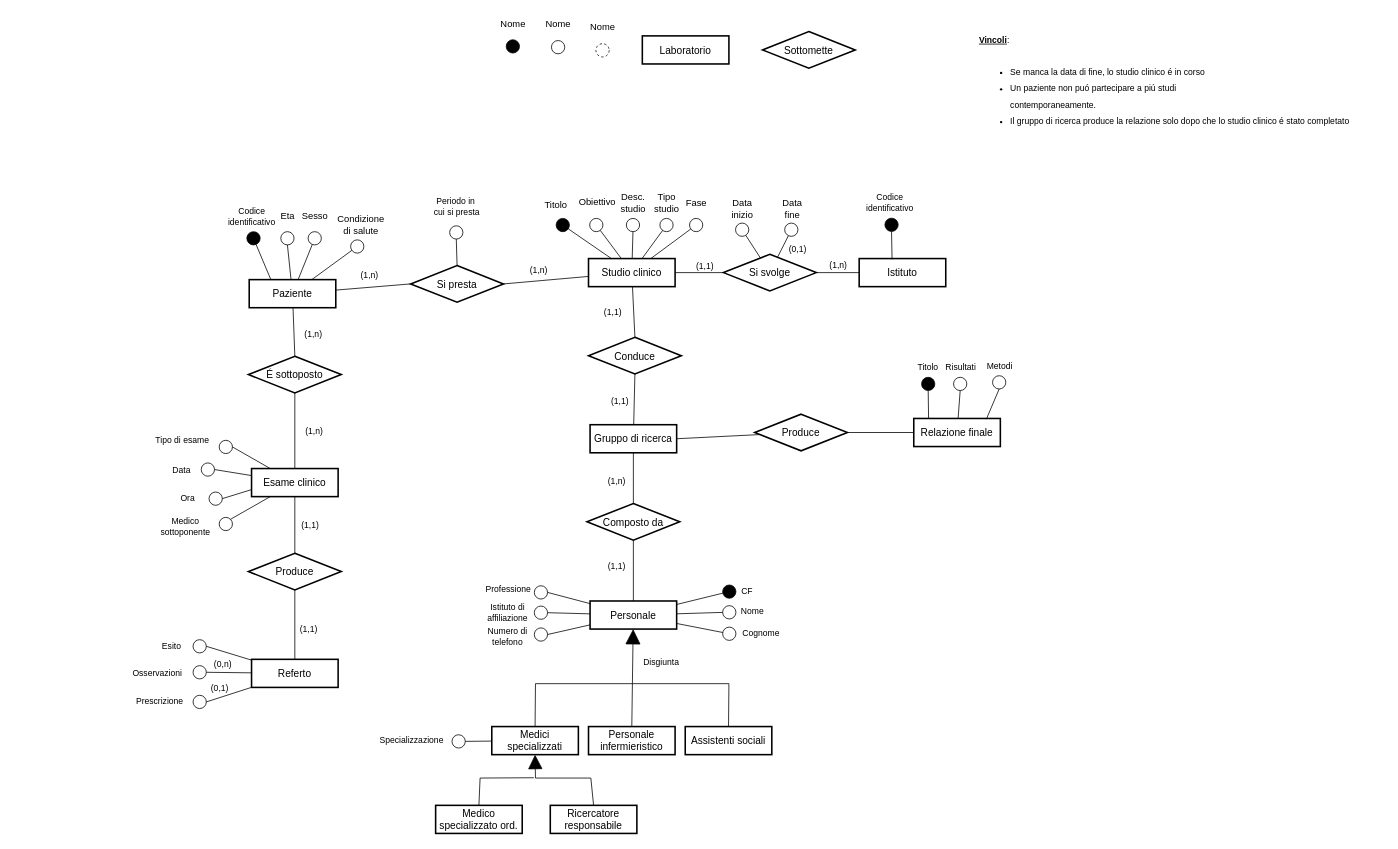
Before: Database-and-Laboratory/ER/esame_16_07_2018.drawio in 6eero/Bachelor, a draw.io diagram. Source tidied: cells renumbered, new cells numbered last; positions are measured from the earlier drawing's top-left corner, leaving out a move shared by most shapes. Both pictures are drawn from the tidied source at 78%, with x=0, y=0 at pixel (123, 13).
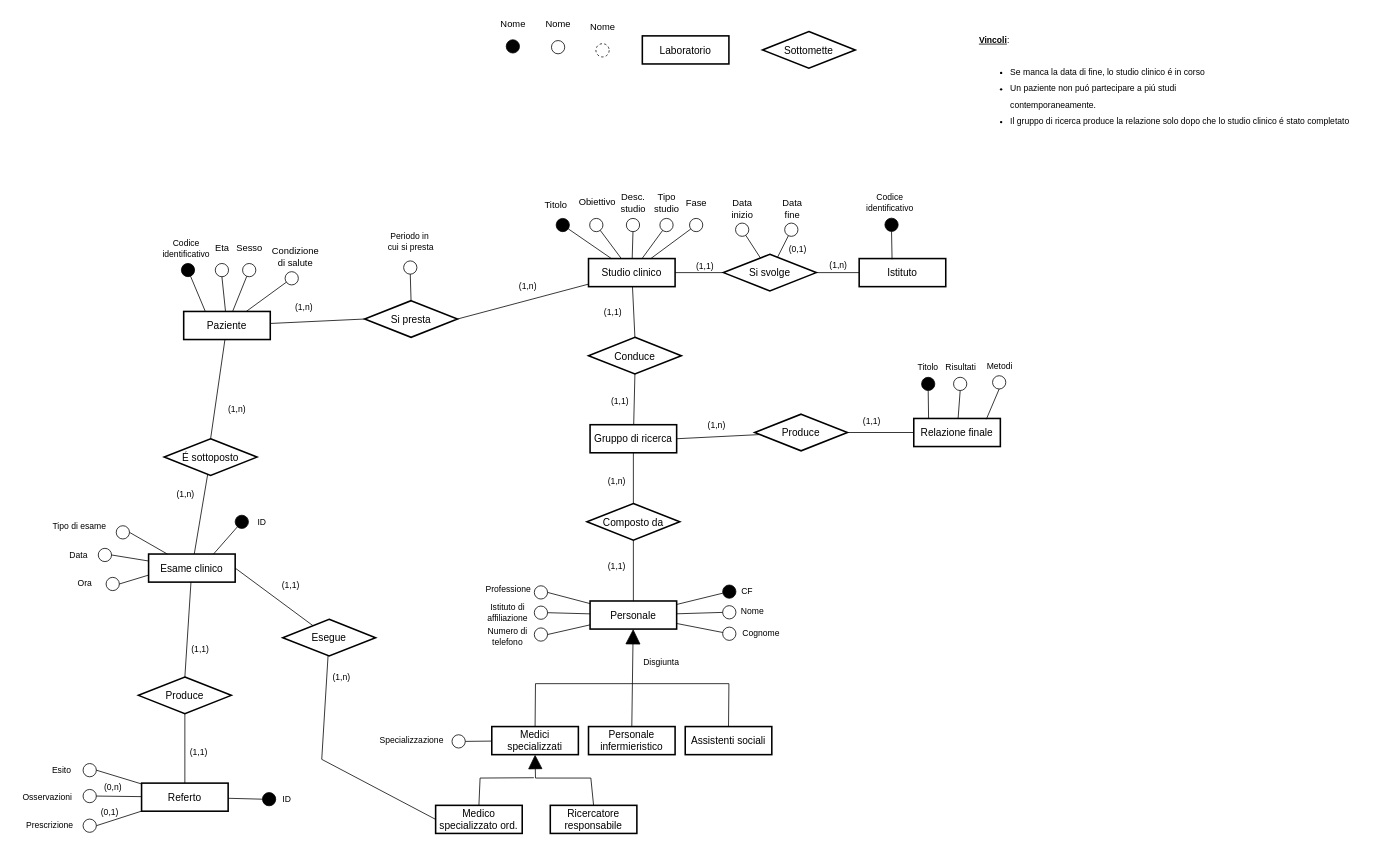
The same page after the edit.

Unchanged cells that the change refers to:
```xml
<mxCell id="94" value="Medico specializzato ord." style="strokeWidth=2;whiteSpace=wrap;html=1;align=center;fontSize=13;fontFamily=Helvetica;rounded=0;" parent="1" vertex="1">
  <mxGeometry x="400" y="1015" width="111" height="36" as="geometry" />
</mxCell>
```

What changed in the source:
```diff
@@
+    <mxCell id="173" style="edgeStyle=none;rounded=0;jettySize=auto;html=1;exitX=0;exitY=0.5;exitDx=0;exitDy=0;strokeColor=default;align=center;verticalAlign=middle;fontFamily=Helvetica;fontSize=11;fontColor=default;labelBackgroundColor=default;endArrow=none;endFill=0;" parent="1" edge="1" source="94" target="176">
+      <mxGeometry relative="1" as="geometry">
+        <Array as="points">
+          <mxPoint x="254" y="956" />
+        </Array>
+      </mxGeometry>
+    </mxCell>
@@
     <mxCell id="95" value="Paziente" style="strokeWidth=2;whiteSpace=wrap;html=1;align=center;fontSize=13;fontFamily=Helvetica;rounded=0;" parent="1" vertex="1">
-      <mxGeometry x="161" y="341" width="111" height="36" as="geometry" />
+      <mxGeometry x="77" y="381.8" width="111" height="36" as="geometry" />
     </mxCell>
@@
     <mxCell id="98" value="Si presta" style="shape=rhombus;strokeWidth=2;fontSize=13;perimeter=rhombusPerimeter;whiteSpace=wrap;html=1;align=center;rounded=0;" parent="1" vertex="1">
-      <mxGeometry x="368" y="323" width="119" height="47" as="geometry" />
+      <mxGeometry x="309" y="368" width="119" height="47" as="geometry" />
     </mxCell>
     <mxCell id="99" value="(1,n)" style="text;html=1;align=center;verticalAlign=middle;strokeColor=none;fillColor=none;fontFamily=Helvetica;fontSize=11;fontColor=default;labelBackgroundColor=default;" parent="1" vertex="1">
-      <mxGeometry x="294" y="323" width="41" height="25" as="geometry" />
+      <mxGeometry x="210" y="363.8" width="41" height="25" as="geometry" />
     </mxCell>
     <mxCell id="100" value="(1,n)" style="text;html=1;align=center;verticalAlign=middle;strokeColor=none;fillColor=none;fontFamily=Helvetica;fontSize=11;fontColor=default;labelBackgroundColor=default;" parent="1" vertex="1">
-      <mxGeometry x="511" y="316" width="41" height="25" as="geometry" />
+      <mxGeometry x="497" y="337.2" width="41" height="25" as="geometry" />
     </mxCell>
@@
     <mxCell id="102" style="ellipse;whiteSpace=wrap;html=1;fontSize=10;fontColor=default;fontStyle=0;fillColor=none;rounded=0;strokeColor=default;" parent="1" vertex="1">
-      <mxGeometry x="418" y="272" width="17" height="17" as="geometry" />
+      <mxGeometry x="359" y="317" width="17" height="17" as="geometry" />
     </mxCell>
     <mxCell id="103" value="&lt;div&gt;Periodo in&amp;nbsp;&lt;/div&gt;&lt;div&gt;cui si presta&lt;/div&gt;" style="text;html=1;align=center;verticalAlign=middle;strokeColor=none;fillColor=none;fontFamily=Helvetica;fontSize=11;fontColor=default;labelBackgroundColor=default;" parent="1" vertex="1">
-      <mxGeometry x="388" y="229" width="77" height="38" as="geometry" />
+      <mxGeometry x="329" y="274" width="77" height="38" as="geometry" />
     </mxCell>
@@
     <mxCell id="105" style="ellipse;whiteSpace=wrap;html=1;fontSize=10;fontColor=default;fontStyle=0;fillColor=#000000;rounded=0;strokeColor=default;fillStyle=solid;" parent="1" vertex="1">
-      <mxGeometry x="158" y="279.5" width="17" height="17" as="geometry" />
+      <mxGeometry x="74" y="320.2" width="17" height="17" as="geometry" />
     </mxCell>
     <mxCell id="106" value="&lt;div&gt;Codice&lt;/div&gt;&lt;div&gt;identificativo&lt;/div&gt;" style="text;html=1;align=center;verticalAlign=middle;strokeColor=none;fillColor=none;fontFamily=Helvetica;fontSize=11;fontColor=default;labelBackgroundColor=default;" parent="1" vertex="1">
-      <mxGeometry x="125" y="241.2" width="78" height="38" as="geometry" />
+      <mxGeometry x="41" y="282" width="78" height="38" as="geometry" />
     </mxCell>
     <mxCell id="107" style="group;" parent="1" vertex="1">
-      <mxGeometry x="185" y="246" width="51" height="50.5" as="geometry" />
+      <mxGeometry x="101" y="286.8" width="51" height="50.5" as="geometry" />
     </mxCell>
@@
     <mxCell id="110" style="group;" parent="1" vertex="1">
-      <mxGeometry x="220" y="246" width="52" height="50.5" as="geometry" />
+      <mxGeometry x="136" y="286.8" width="52" height="50.5" as="geometry" />
     </mxCell>
@@
     <mxCell id="115" style="group;" parent="1" vertex="1">
-      <mxGeometry x="279" y="256.5" width="65" height="50.5" as="geometry" />
+      <mxGeometry x="195" y="297.2" width="65" height="50.5" as="geometry" />
     </mxCell>
@@
     <mxCell id="118" style="ellipse;whiteSpace=wrap;html=1;fontSize=10;fontColor=default;fontStyle=0;fillColor=none;rounded=0;strokeColor=default;" parent="1" vertex="1">
-      <mxGeometry x="291" y="290" width="17" height="17" as="geometry" />
+      <mxGeometry x="207" y="330.8" width="17" height="17" as="geometry" />
     </mxCell>
@@
-    <mxCell id="120" style="edgeStyle=none;rounded=0;jettySize=auto;html=1;exitX=0.5;exitY=1;exitDx=0;exitDy=0;strokeColor=default;align=center;verticalAlign=middle;fontFamily=Helvetica;fontSize=11;fontColor=default;labelBackgroundColor=default;endArrow=none;endFill=0;" parent="1" edge="1" source="122" target="121">
+    <mxCell id="120" style="edgeStyle=none;rounded=0;jettySize=auto;html=1;strokeColor=default;align=center;verticalAlign=middle;fontFamily=Helvetica;fontSize=11;fontColor=default;labelBackgroundColor=default;endArrow=none;endFill=0;" parent="1" edge="1" source="122" target="121">
       <mxGeometry relative="1" as="geometry" />
     </mxCell>
+    <mxCell id="174" style="edgeStyle=none;rounded=0;jettySize=auto;html=1;exitX=1;exitY=0.5;exitDx=0;exitDy=0;strokeColor=default;align=center;verticalAlign=middle;fontFamily=Helvetica;fontSize=11;fontColor=default;labelBackgroundColor=default;endArrow=none;endFill=0;" parent="1" edge="1" source="121" target="176">
+      <mxGeometry relative="1" as="geometry" />
+    </mxCell>
+    <mxCell id="175" style="edgeStyle=none;rounded=0;jettySize=auto;html=1;exitX=0.75;exitY=0;exitDx=0;exitDy=0;strokeColor=default;align=center;verticalAlign=middle;fontFamily=Helvetica;fontSize=11;fontColor=default;labelBackgroundColor=default;endArrow=none;endFill=0;" parent="1" edge="1" source="121" target="183">
+      <mxGeometry relative="1" as="geometry" />
+    </mxCell>
     <mxCell id="121" value="Esame clinico" style="strokeWidth=2;whiteSpace=wrap;html=1;align=center;fontSize=13;fontFamily=Helvetica;rounded=0;" parent="1" vertex="1">
-      <mxGeometry x="164" y="583.2" width="111" height="36" as="geometry" />
+      <mxGeometry x="32" y="692.8" width="111" height="36" as="geometry" />
     </mxCell>
     <mxCell id="122" value="É sottoposto" style="shape=rhombus;strokeWidth=2;fontSize=13;perimeter=rhombusPerimeter;whiteSpace=wrap;html=1;align=center;rounded=0;" parent="1" vertex="1">
-      <mxGeometry x="160" y="439.2" width="119" height="47" as="geometry" />
+      <mxGeometry x="52" y="545" width="119" height="47" as="geometry" />
     </mxCell>
     <mxCell id="123" style="group;" parent="1" vertex="1">
-      <mxGeometry x="106" y="513.5" width="51" height="50.5" as="geometry" />
+      <mxGeometry x="-26" y="623" width="51" height="50.5" as="geometry" />
     </mxCell>
@@
     <mxCell id="125" style="group;" parent="1" vertex="1">
-      <mxGeometry x="83" y="542.5" width="51" height="50.5" as="geometry" />
+      <mxGeometry x="-49" y="652" width="51" height="50.5" as="geometry" />
     </mxCell>
@@
     <mxCell id="128" style="group;" parent="1" vertex="1">
-      <mxGeometry x="93" y="579.8" width="51" height="50.5" as="geometry" />
+      <mxGeometry x="-39" y="689.2" width="51" height="50.5" as="geometry" />
     </mxCell>
@@
-    <mxCell id="130" style="group;" parent="1" vertex="1">
-      <mxGeometry x="106" y="601.5" width="51" height="66.8" as="geometry" />
-    </mxCell>
-    <mxCell id="131" style="ellipse;whiteSpace=wrap;html=1;fontSize=10;fontColor=default;fontStyle=0;fillColor=none;rounded=0;strokeColor=default;" parent="130" vertex="1">
-      <mxGeometry x="16.5" y="44.3" width="17" height="17" as="geometry" />
-    </mxCell>
     <mxCell id="132" value="Data" style="text;html=1;align=center;verticalAlign=middle;strokeColor=none;fillColor=none;fontFamily=Helvetica;fontSize=11;fontColor=default;labelBackgroundColor=default;" parent="1" vertex="1">
-      <mxGeometry x="52" y="572.2" width="43" height="25" as="geometry" />
+      <mxGeometry x="-80" y="681.8" width="43" height="25" as="geometry" />
     </mxCell>
     <mxCell id="133" value="Ora" style="text;html=1;align=center;verticalAlign=middle;strokeColor=none;fillColor=none;fontFamily=Helvetica;fontSize=11;fontColor=default;labelBackgroundColor=default;" parent="1" vertex="1">
-      <mxGeometry x="63" y="608.2" width="37" height="25" as="geometry" />
+      <mxGeometry x="-69" y="717.8" width="37" height="25" as="geometry" />
     </mxCell>
-    <mxCell id="134" value="&lt;div&gt;Medico&lt;/div&gt;&lt;div&gt;sottoponente&lt;/div&gt;" style="text;html=1;align=center;verticalAlign=middle;strokeColor=none;fillColor=none;fontFamily=Helvetica;fontSize=11;fontColor=default;labelBackgroundColor=default;" parent="1" vertex="1">
-      <mxGeometry x="36" y="638.8" width="86" height="38" as="geometry" />
-    </mxCell>
-    <mxCell id="135" style="edgeStyle=none;rounded=0;jettySize=auto;html=1;exitX=1;exitY=0;exitDx=0;exitDy=0;strokeColor=default;align=center;verticalAlign=middle;fontFamily=Helvetica;fontSize=11;fontColor=default;labelBackgroundColor=default;endArrow=none;endFill=0;" parent="1" edge="1" source="131" target="121">
-      <mxGeometry relative="1" as="geometry" />
-    </mxCell>
@@
     <mxCell id="140" value="Produce" style="shape=rhombus;strokeWidth=2;fontSize=13;perimeter=rhombusPerimeter;whiteSpace=wrap;html=1;align=center;rounded=0;" parent="1" vertex="1">
-      <mxGeometry x="160" y="691.8" width="119" height="47" as="geometry" />
+      <mxGeometry x="19" y="850.5" width="119" height="47" as="geometry" />
     </mxCell>
@@
     <mxCell id="142" value="Referto" style="strokeWidth=2;whiteSpace=wrap;html=1;align=center;fontSize=13;fontFamily=Helvetica;rounded=0;" parent="1" vertex="1">
-      <mxGeometry x="164" y="827.8" width="111" height="36" as="geometry" />
+      <mxGeometry x="23" y="986.5" width="111" height="36" as="geometry" />
     </mxCell>
     <mxCell id="143" value="(1,n)" style="text;html=1;align=center;verticalAlign=middle;strokeColor=none;fillColor=none;fontFamily=Helvetica;fontSize=11;fontColor=default;labelBackgroundColor=default;" parent="1" vertex="1">
-      <mxGeometry x="221.5" y="398" width="42" height="25" as="geometry" />
+      <mxGeometry x="124" y="494" width="42" height="25" as="geometry" />
     </mxCell>
     <mxCell id="144" value="(1,n)" style="text;html=1;align=center;verticalAlign=middle;strokeColor=none;fillColor=none;fontFamily=Helvetica;fontSize=11;fontColor=default;labelBackgroundColor=default;" parent="1" vertex="1">
-      <mxGeometry x="222.5" y="523" width="42" height="25" as="geometry" />
+      <mxGeometry x="57.5" y="603" width="42" height="25" as="geometry" />
     </mxCell>
     <mxCell id="145" value="(1,1)" style="text;html=1;align=center;verticalAlign=middle;strokeColor=none;fillColor=none;fontFamily=Helvetica;fontSize=11;fontColor=default;labelBackgroundColor=default;" parent="1" vertex="1">
-      <mxGeometry x="218" y="643.2" width="42" height="25" as="geometry" />
+      <mxGeometry x="77" y="802" width="42" height="25" as="geometry" />
     </mxCell>
     <mxCell id="146" value="(1,1)" style="text;html=1;align=center;verticalAlign=middle;strokeColor=none;fillColor=none;fontFamily=Helvetica;fontSize=11;fontColor=default;labelBackgroundColor=default;" parent="1" vertex="1">
-      <mxGeometry x="215.5" y="776" width="42" height="25" as="geometry" />
+      <mxGeometry x="74.5" y="934.8" width="42" height="25" as="geometry" />
     </mxCell>
     <mxCell id="147" value="&lt;div align=&quot;right&quot;&gt;Esito&lt;/div&gt;" style="text;html=1;align=right;verticalAlign=middle;strokeColor=none;fillColor=none;fontFamily=Helvetica;fontSize=11;fontColor=default;labelBackgroundColor=default;" parent="1" vertex="1">
-      <mxGeometry x="31" y="798.6" width="44" height="25" as="geometry" />
+      <mxGeometry x="-110" y="957.4" width="44" height="25" as="geometry" />
     </mxCell>
@@
     <mxCell id="149" style="ellipse;whiteSpace=wrap;html=1;fontSize=10;fontColor=default;fontStyle=0;fillColor=none;rounded=0;strokeColor=default;" parent="1" vertex="1">
-      <mxGeometry x="89" y="802.6" width="17" height="17" as="geometry" />
+      <mxGeometry x="-52" y="961.4" width="17" height="17" as="geometry" />
     </mxCell>
     <mxCell id="150" value="Osservazioni" style="text;html=1;align=center;verticalAlign=middle;strokeColor=none;fillColor=none;fontFamily=Helvetica;fontSize=11;fontColor=default;labelBackgroundColor=default;" parent="1" vertex="1">
-      <mxGeometry y="833.2" width="86" height="25" as="geometry" />
+      <mxGeometry x="-141" y="992" width="86" height="25" as="geometry" />
     </mxCell>
@@
     <mxCell id="152" style="ellipse;whiteSpace=wrap;html=1;fontSize=10;fontColor=default;fontStyle=0;fillColor=none;rounded=0;strokeColor=default;" parent="1" vertex="1">
-      <mxGeometry x="89" y="835.9" width="17" height="17" as="geometry" />
+      <mxGeometry x="-52" y="994.6" width="17" height="17" as="geometry" />
     </mxCell>
     <mxCell id="153" value="Prescrizione" style="text;html=1;align=center;verticalAlign=middle;strokeColor=none;fillColor=none;fontFamily=Helvetica;fontSize=11;fontColor=default;labelBackgroundColor=default;" parent="1" vertex="1">
-      <mxGeometry x="5" y="869.9" width="81" height="25" as="geometry" />
+      <mxGeometry x="-136" y="1028.6" width="81" height="25" as="geometry" />
     </mxCell>
@@
     <mxCell id="155" style="ellipse;whiteSpace=wrap;html=1;fontSize=10;fontColor=default;fontStyle=0;fillColor=none;rounded=0;strokeColor=default;" parent="1" vertex="1">
-      <mxGeometry x="89" y="873.9" width="17" height="17" as="geometry" />
+      <mxGeometry x="-52" y="1032.6" width="17" height="17" as="geometry" />
     </mxCell>
     <mxCell id="156" value="(0,n)" style="text;html=1;align=center;verticalAlign=middle;strokeColor=none;fillColor=none;fontFamily=Helvetica;fontSize=11;fontColor=default;labelBackgroundColor=default;" parent="1" vertex="1">
-      <mxGeometry x="105.5" y="821" width="42" height="25" as="geometry" />
+      <mxGeometry x="-35.5" y="979.8" width="42" height="25" as="geometry" />
     </mxCell>
     <mxCell id="157" value="(0,1)" style="text;html=1;align=center;verticalAlign=middle;strokeColor=none;fillColor=none;fontFamily=Helvetica;fontSize=11;fontColor=default;labelBackgroundColor=default;" parent="1" vertex="1">
-      <mxGeometry x="102" y="852.9" width="42" height="25" as="geometry" />
+      <mxGeometry x="-39" y="1011.6" width="42" height="25" as="geometry" />
     </mxCell>
@@
+    <mxCell id="176" value="Esegue" style="shape=rhombus;strokeWidth=2;fontSize=13;perimeter=rhombusPerimeter;whiteSpace=wrap;html=1;align=center;rounded=0;" parent="1" vertex="1">
+      <mxGeometry x="204" y="776.5" width="119" height="47" as="geometry" />
+    </mxCell>
+    <mxCell id="177" value="(1,1)" style="text;html=1;align=center;verticalAlign=middle;strokeColor=none;fillColor=none;fontFamily=Helvetica;fontSize=11;fontColor=default;labelBackgroundColor=default;" parent="1" vertex="1">
+      <mxGeometry x="192.5" y="720" width="42" height="25" as="geometry" />
+    </mxCell>
+    <mxCell id="178" value="(1,n)" style="text;html=1;align=center;verticalAlign=middle;strokeColor=none;fillColor=none;fontFamily=Helvetica;fontSize=11;fontColor=default;labelBackgroundColor=default;" parent="1" vertex="1">
+      <mxGeometry x="257.5" y="838" width="42" height="25" as="geometry" />
+    </mxCell>
+    <mxCell id="179" value="ID" style="text;html=1;align=center;verticalAlign=middle;strokeColor=none;fillColor=none;fontFamily=Helvetica;fontSize=11;fontColor=default;labelBackgroundColor=default;" parent="1" vertex="1">
+      <mxGeometry x="193" y="994.6" width="31" height="25" as="geometry" />
+    </mxCell>
+    <mxCell id="180" style="edgeStyle=none;rounded=0;jettySize=auto;html=1;exitX=0;exitY=0.5;exitDx=0;exitDy=0;strokeColor=default;align=center;verticalAlign=middle;fontFamily=Helvetica;fontSize=11;fontColor=default;labelBackgroundColor=default;endArrow=none;endFill=0;" parent="1" edge="1" source="181" target="142">
+      <mxGeometry relative="1" as="geometry" />
+    </mxCell>
+    <mxCell id="181" style="ellipse;whiteSpace=wrap;html=1;fontSize=10;fontColor=default;fontStyle=0;fillColor=#000000;rounded=0;strokeColor=default;" parent="1" vertex="1">
+      <mxGeometry x="178" y="998.6" width="17" height="17" as="geometry" />
+    </mxCell>
+    <mxCell id="182" value="ID" style="text;html=1;align=center;verticalAlign=middle;strokeColor=none;fillColor=none;fontFamily=Helvetica;fontSize=11;fontColor=default;labelBackgroundColor=default;" parent="1" vertex="1">
+      <mxGeometry x="161.5" y="639" width="31" height="25" as="geometry" />
+    </mxCell>
+    <mxCell id="183" style="ellipse;whiteSpace=wrap;html=1;fontSize=10;fontColor=default;fontStyle=0;fillColor=#000000;rounded=0;strokeColor=default;" parent="1" vertex="1">
+      <mxGeometry x="143" y="643" width="17" height="17" as="geometry" />
+    </mxCell>
+    <mxCell id="184" value="(1,n)" style="text;html=1;align=center;verticalAlign=middle;strokeColor=none;fillColor=none;fontFamily=Helvetica;fontSize=11;fontColor=default;labelBackgroundColor=default;" parent="1" vertex="1">
+      <mxGeometry x="738.5" y="515" width="42" height="25" as="geometry" />
+    </mxCell>
+    <mxCell id="185" value="(1,1)" style="text;html=1;align=center;verticalAlign=middle;strokeColor=none;fillColor=none;fontFamily=Helvetica;fontSize=11;fontColor=default;labelBackgroundColor=default;" parent="1" vertex="1">
+      <mxGeometry x="938" y="509" width="42" height="25" as="geometry" />
+    </mxCell>
```
